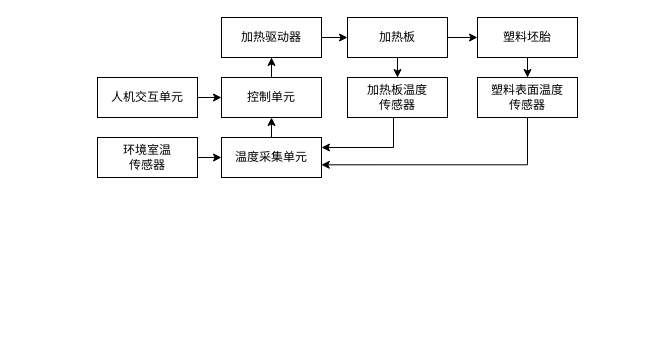
The draw.io diagram 加热原理图.drawio in zhihangsong-76/first, before the edit. Source tidied: cells renumbered, new cells numbered last; positions are measured from the earlier drawing's top-left corner, leaving out a move shared by most shapes. Both pictures are drawn from the tidied source at 100%, with x=0, y=0 at pixel (97, 17).
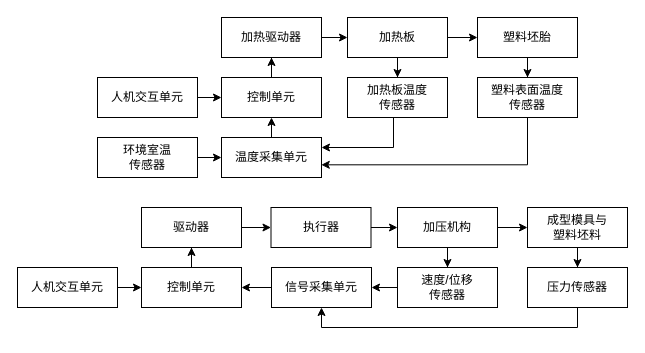
The same page after the edit.

Commit message (it also covers changes not shown here):
更新加热原理图.drawio

Diff of the diagram source:
```diff
@@
+    <mxCell id="21" style="edgeStyle=orthogonalEdgeStyle;rounded=0;jettySize=auto;html=1;" parent="1" edge="1" source="22" target="26">
+      <mxGeometry relative="1" as="geometry" />
+    </mxCell>
+    <mxCell id="22" value="控制单元" style="rounded=0;whiteSpace=wrap;html=1;" parent="1" vertex="1">
+      <mxGeometry x="44" y="250" width="100" height="40" as="geometry" />
+    </mxCell>
+    <mxCell id="23" style="edgeStyle=orthogonalEdgeStyle;rounded=0;jettySize=auto;html=1;" parent="1" edge="1" source="24" target="22">
+      <mxGeometry relative="1" as="geometry" />
+    </mxCell>
+    <mxCell id="24" value="人机交互单元" style="rounded=0;whiteSpace=wrap;html=1;" parent="1" vertex="1">
+      <mxGeometry x="-80" y="250" width="100" height="40" as="geometry" />
+    </mxCell>
+    <mxCell id="25" style="edgeStyle=orthogonalEdgeStyle;rounded=0;jettySize=auto;html=1;" parent="1" edge="1" source="26" target="28">
+      <mxGeometry relative="1" as="geometry" />
+    </mxCell>
+    <mxCell id="26" value="驱动器" style="rounded=0;whiteSpace=wrap;html=1;" parent="1" vertex="1">
+      <mxGeometry x="44" y="190" width="100" height="40" as="geometry" />
+    </mxCell>
+    <mxCell id="27" style="edgeStyle=orthogonalEdgeStyle;rounded=0;jettySize=auto;html=1;" parent="1" edge="1" source="28" target="31">
+      <mxGeometry relative="1" as="geometry" />
+    </mxCell>
+    <mxCell id="28" value="执行器" style="rounded=0;whiteSpace=wrap;html=1;" parent="1" vertex="1">
+      <mxGeometry x="173.5" y="190" width="100" height="40" as="geometry" />
+    </mxCell>
+    <mxCell id="29" style="edgeStyle=orthogonalEdgeStyle;rounded=0;jettySize=auto;html=1;" parent="1" edge="1" source="31" target="35">
+      <mxGeometry relative="1" as="geometry" />
+    </mxCell>
+    <mxCell id="30" style="edgeStyle=orthogonalEdgeStyle;rounded=0;jettySize=auto;html=1;" parent="1" edge="1" source="31" target="37">
+      <mxGeometry relative="1" as="geometry" />
+    </mxCell>
+    <mxCell id="31" value="加压机构" style="rounded=0;whiteSpace=wrap;html=1;" parent="1" vertex="1">
+      <mxGeometry x="300" y="190" width="100" height="40" as="geometry" />
+    </mxCell>
+    <mxCell id="32" style="edgeStyle=orthogonalEdgeStyle;rounded=0;jettySize=auto;html=1;entryX=0.5;entryY=1;entryDx=0;entryDy=0;" parent="1" edge="1" source="33" target="39">
+      <mxGeometry relative="1" as="geometry">
+        <Array as="points">
+          <mxPoint x="480" y="310" />
+          <mxPoint x="224" y="310" />
+        </Array>
+      </mxGeometry>
+    </mxCell>
+    <mxCell id="33" value="压力&lt;span style=&quot;background-color: transparent; color: light-dark(rgb(0, 0, 0), rgb(255, 255, 255));&quot;&gt;传感器&lt;/span&gt;" style="rounded=0;whiteSpace=wrap;html=1;" parent="1" vertex="1">
+      <mxGeometry x="430" y="250" width="100" height="40" as="geometry" />
+    </mxCell>
+    <mxCell id="34" style="edgeStyle=orthogonalEdgeStyle;rounded=0;jettySize=auto;html=1;" parent="1" edge="1" source="35" target="33">
+      <mxGeometry relative="1" as="geometry" />
+    </mxCell>
+    <mxCell id="35" value="成型模具与&lt;div&gt;塑料坯料&lt;/div&gt;" style="rounded=0;whiteSpace=wrap;html=1;" parent="1" vertex="1">
+      <mxGeometry x="430" y="190" width="100" height="40" as="geometry" />
+    </mxCell>
+    <mxCell id="36" style="edgeStyle=orthogonalEdgeStyle;rounded=0;jettySize=auto;html=1;" parent="1" edge="1" source="37" target="39">
+      <mxGeometry relative="1" as="geometry" />
+    </mxCell>
+    <mxCell id="37" value="速度/位移&lt;div&gt;传感器&lt;/div&gt;" style="rounded=0;whiteSpace=wrap;html=1;" parent="1" vertex="1">
+      <mxGeometry x="300" y="250" width="100" height="40" as="geometry" />
+    </mxCell>
+    <mxCell id="38" style="edgeStyle=orthogonalEdgeStyle;rounded=0;jettySize=auto;html=1;" parent="1" edge="1" source="39" target="22">
+      <mxGeometry relative="1" as="geometry" />
+    </mxCell>
+    <mxCell id="39" value="信号采集单元" style="rounded=0;whiteSpace=wrap;html=1;" parent="1" vertex="1">
+      <mxGeometry x="174" y="250" width="100" height="40" as="geometry" />
+    </mxCell>
```
